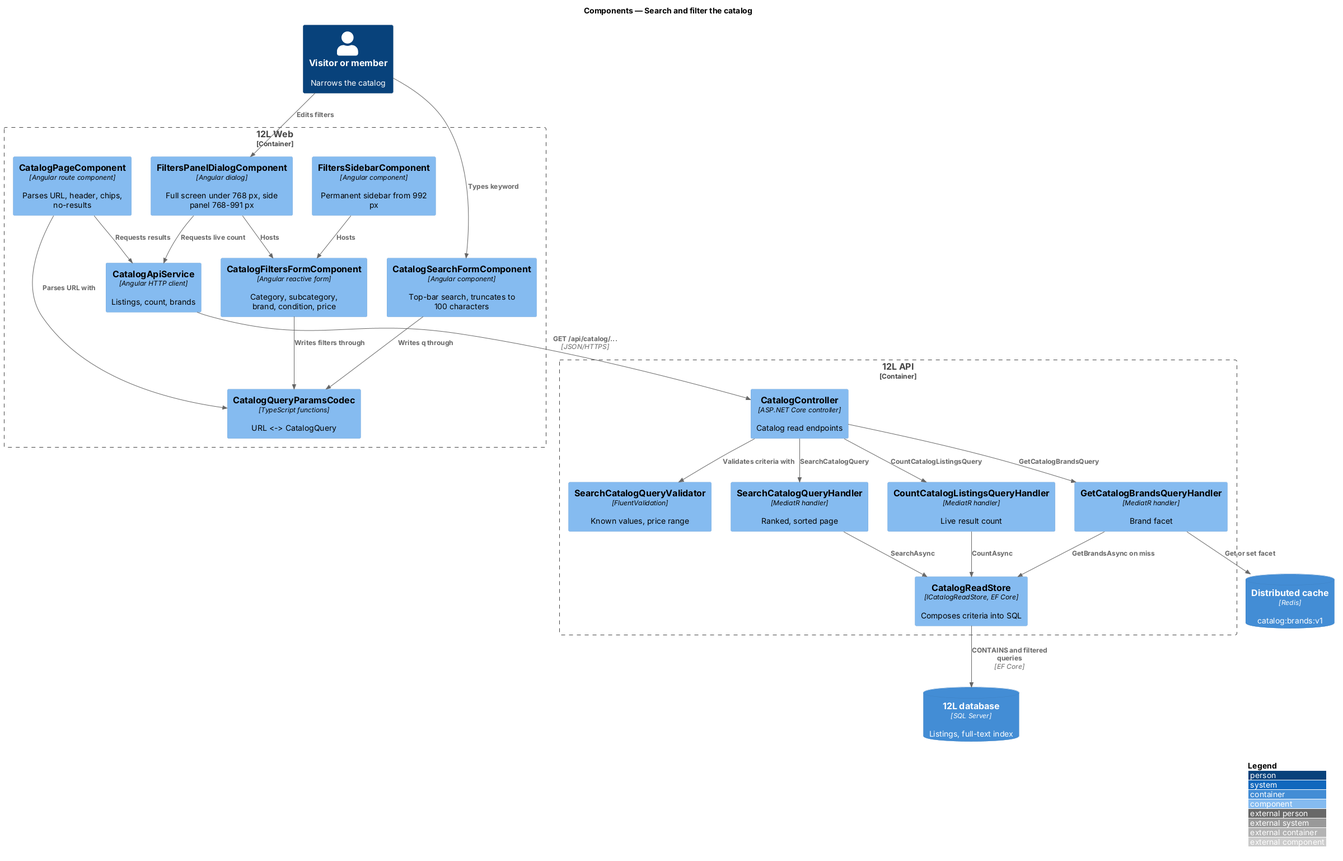
Before: docs/detailed-designs/catalog/search-and-filter-catalog/diagrams/c4-component.png, a diagram exported from PlantUML (QuinntyneBrown/12l). Source of this version:
```plantuml
@startuml
!include <C4/C4_Component>
LAYOUT_WITH_LEGEND()
title Components — Search and filter the catalog

Person(visitor, "Visitor or member", "Narrows the catalog")
Container_Boundary(web, "12L Web") {
  Component(search, "CatalogSearchFormComponent", "Angular component", "Top-bar search, truncates to 100 characters")
  Component(form, "CatalogFiltersFormComponent", "Angular reactive form", "Category, subcategory, brand, condition, price")
  Component(sidebar, "FiltersSidebarComponent", "Angular component", "Permanent sidebar from 992 px")
  Component(panel, "FiltersPanelDialogComponent", "Angular dialog", "Full screen under 768 px, side panel 768-991 px")
  Component(page, "CatalogPageComponent", "Angular route component", "Parses URL, header, chips, no-results")
  Component(codec, "CatalogQueryParamsCodec", "TypeScript functions", "URL <-> CatalogQuery")
  Component(client, "CatalogApiService", "Angular HTTP client", "Listings, count, brands")
}
Container_Boundary(api, "12L API") {
  Component(ctrl, "CatalogController", "ASP.NET Core controller", "Catalog read endpoints")
  Component(val, "SearchCatalogQueryValidator", "FluentValidation", "Known values, price range")
  Component(search_h, "SearchCatalogQueryHandler", "MediatR handler", "Ranked, sorted page")
  Component(count_h, "CountCatalogListingsQueryHandler", "MediatR handler", "Live result count")
  Component(brand_h, "GetCatalogBrandsQueryHandler", "MediatR handler", "Brand facet")
  Component(rs, "CatalogReadStore", "ICatalogReadStore, EF Core", "Composes criteria into SQL")
}
ContainerDb(db, "12L database", "SQL Server", "Listings, full-text index")
ContainerDb(cache, "Distributed cache", "Redis", "catalog:brands:v1")

Rel(visitor, search, "Types keyword")
Rel(visitor, panel, "Edits filters")
Rel(sidebar, form, "Hosts")
Rel(panel, form, "Hosts")
Rel(search, codec, "Writes q through")
Rel(form, codec, "Writes filters through")
Rel(page, codec, "Parses URL with")
Rel(page, client, "Requests results")
Rel(panel, client, "Requests live count")
Rel(client, ctrl, "GET /api/catalog/...", "JSON/HTTPS")
Rel(ctrl, val, "Validates criteria with")
Rel(ctrl, search_h, "SearchCatalogQuery")
Rel(ctrl, count_h, "CountCatalogListingsQuery")
Rel(ctrl, brand_h, "GetCatalogBrandsQuery")
Rel(search_h, rs, "SearchAsync")
Rel(count_h, rs, "CountAsync")
Rel(brand_h, cache, "Get or set facet")
Rel(brand_h, rs, "GetBrandsAsync on miss")
Rel(rs, db, "CONTAINS and filtered queries", "EF Core")
@enduml
```
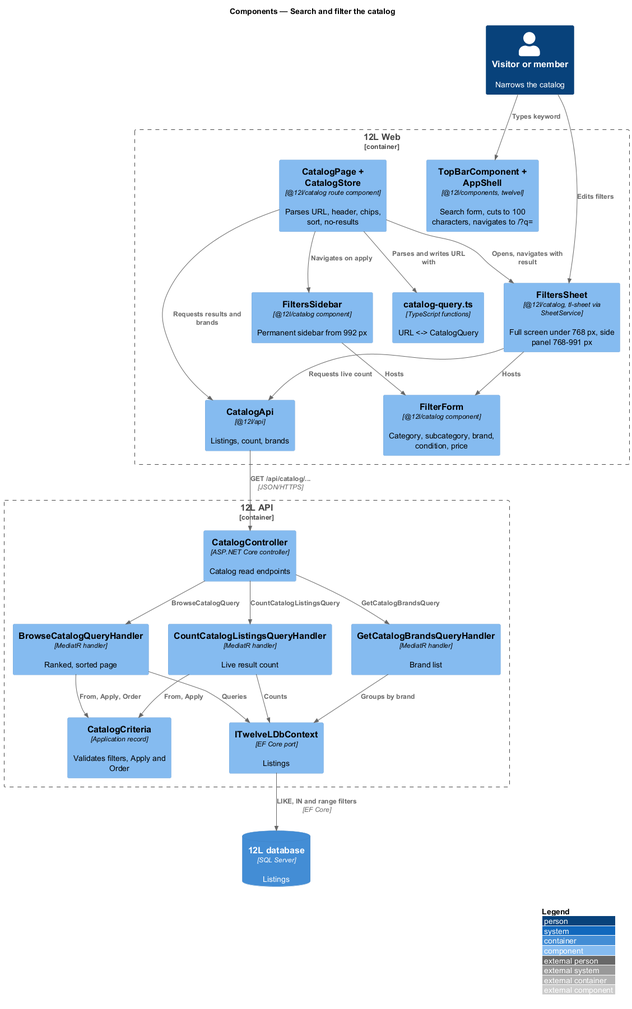
Above is the later version.

Change to the diagram source:
```diff
@@ -5,42 +5,41 @@
 
 Person(visitor, "Visitor or member", "Narrows the catalog")
 Container_Boundary(web, "12L Web") {
-  Component(search, "CatalogSearchFormComponent", "Angular component", "Top-bar search, truncates to 100 characters")
-  Component(form, "CatalogFiltersFormComponent", "Angular reactive form", "Category, subcategory, brand, condition, price")
-  Component(sidebar, "FiltersSidebarComponent", "Angular component", "Permanent sidebar from 992 px")
-  Component(panel, "FiltersPanelDialogComponent", "Angular dialog", "Full screen under 768 px, side panel 768-991 px")
-  Component(page, "CatalogPageComponent", "Angular route component", "Parses URL, header, chips, no-results")
-  Component(codec, "CatalogQueryParamsCodec", "TypeScript functions", "URL <-> CatalogQuery")
-  Component(client, "CatalogApiService", "Angular HTTP client", "Listings, count, brands")
+  Component(topbar, "TopBarComponent + AppShell", "@12l/components, twelvel", "Search form, cuts to 100 characters, navigates to /?q=")
+  Component(form, "FilterForm", "@12l/catalog component", "Category, subcategory, brand, condition, price")
+  Component(sidebar, "FiltersSidebar", "@12l/catalog component", "Permanent sidebar from 992 px")
+  Component(sheet, "FiltersSheet", "@12l/catalog, tl-sheet via SheetService", "Full screen under 768 px, side panel 768-991 px")
+  Component(page, "CatalogPage + CatalogStore", "@12l/catalog route component", "Parses URL, header, chips, sort, no-results")
+  Component(query, "catalog-query.ts", "TypeScript functions", "URL <-> CatalogQuery")
+  Component(client, "CatalogApi", "@12l/api", "Listings, count, brands")
 }
 Container_Boundary(api, "12L API") {
   Component(ctrl, "CatalogController", "ASP.NET Core controller", "Catalog read endpoints")
-  Component(val, "SearchCatalogQueryValidator", "FluentValidation", "Known values, price range")
-  Component(search_h, "SearchCatalogQueryHandler", "MediatR handler", "Ranked, sorted page")
+  Component(criteria, "CatalogCriteria", "Application record", "Validates filters, Apply and Order")
+  Component(browse_h, "BrowseCatalogQueryHandler", "MediatR handler", "Ranked, sorted page")
   Component(count_h, "CountCatalogListingsQueryHandler", "MediatR handler", "Live result count")
-  Component(brand_h, "GetCatalogBrandsQueryHandler", "MediatR handler", "Brand facet")
-  Component(rs, "CatalogReadStore", "ICatalogReadStore, EF Core", "Composes criteria into SQL")
+  Component(brand_h, "GetCatalogBrandsQueryHandler", "MediatR handler", "Brand list")
+  Component(ctx, "ITwelveLDbContext", "EF Core port", "Listings")
 }
-ContainerDb(db, "12L database", "SQL Server", "Listings, full-text index")
-ContainerDb(cache, "Distributed cache", "Redis", "catalog:brands:v1")
+ContainerDb(db, "12L database", "SQL Server", "Listings")
 
-Rel(visitor, search, "Types keyword")
-Rel(visitor, panel, "Edits filters")
+Rel(visitor, topbar, "Types keyword")
+Rel(visitor, sheet, "Edits filters")
 Rel(sidebar, form, "Hosts")
-Rel(panel, form, "Hosts")
-Rel(search, codec, "Writes q through")
-Rel(form, codec, "Writes filters through")
-Rel(page, codec, "Parses URL with")
-Rel(page, client, "Requests results")
-Rel(panel, client, "Requests live count")
+Rel(sheet, form, "Hosts")
+Rel(page, query, "Parses and writes URL with")
+Rel(page, sidebar, "Navigates on apply")
+Rel(page, sheet, "Opens, navigates with result")
+Rel(page, client, "Requests results and brands")
+Rel(sheet, client, "Requests live count")
 Rel(client, ctrl, "GET /api/catalog/...", "JSON/HTTPS")
-Rel(ctrl, val, "Validates criteria with")
-Rel(ctrl, search_h, "SearchCatalogQuery")
+Rel(ctrl, browse_h, "BrowseCatalogQuery")
 Rel(ctrl, count_h, "CountCatalogListingsQuery")
 Rel(ctrl, brand_h, "GetCatalogBrandsQuery")
-Rel(search_h, rs, "SearchAsync")
-Rel(count_h, rs, "CountAsync")
-Rel(brand_h, cache, "Get or set facet")
-Rel(brand_h, rs, "GetBrandsAsync on miss")
-Rel(rs, db, "CONTAINS and filtered queries", "EF Core")
+Rel(browse_h, criteria, "From, Apply, Order")
+Rel(count_h, criteria, "From, Apply")
+Rel(browse_h, ctx, "Queries")
+Rel(count_h, ctx, "Counts")
+Rel(brand_h, ctx, "Groups by brand")
+Rel(ctx, db, "LIKE, IN and range filters", "EF Core")
 @enduml
```
